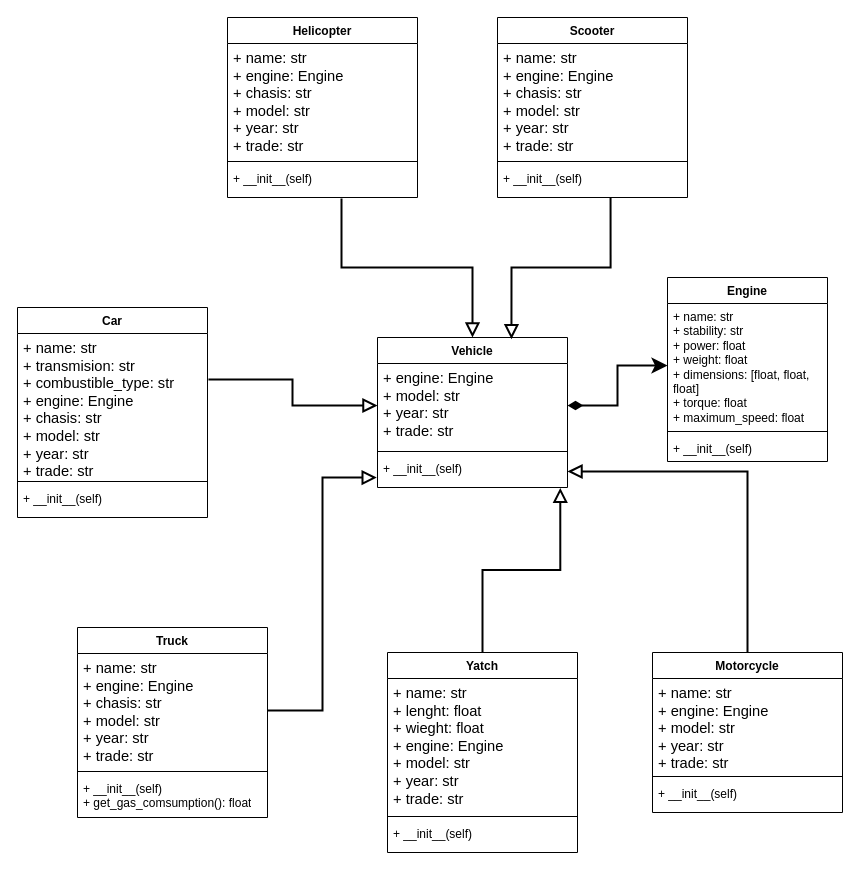
This is Software Design/Workshops/Workshop 2/SD-WorkShop2.drawio from YoshiK13/UD_Classes, a draw.io file, before an edit. Source tidied: cells renumbered, new cells numbered last; positions are measured from the earlier drawing's top-left corner, leaving out a move shared by most shapes. Both pictures are drawn from the tidied source at 100%, with x=0, y=0 at pixel (17, 17).
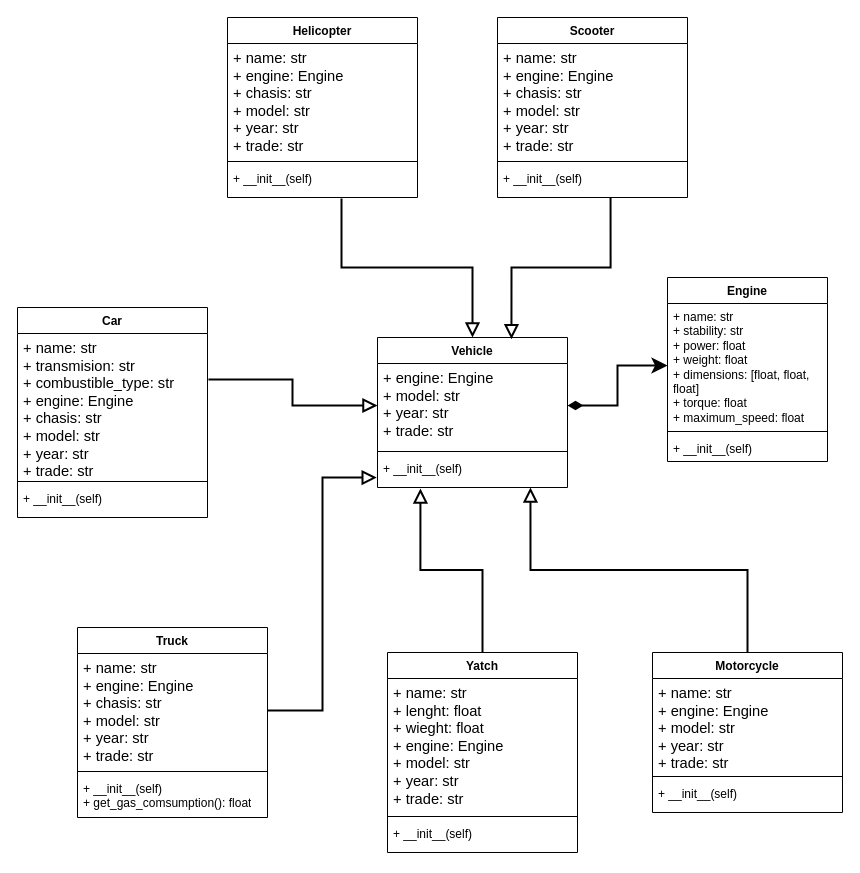
Above is the later version.

Unchanged cells that the change refers to:
```xml
<mxCell id="9" value="+ __init__(self)&lt;div&gt;&lt;br&gt;&lt;/div&gt;&lt;p class=&quot;MsoNormal&quot;&gt;&lt;span lang=&quot;ES-CO&quot;&gt;&lt;/span&gt;&lt;/p&gt;" style="text;strokeColor=none;fillColor=none;align=left;verticalAlign=top;spacingLeft=4;spacingRight=4;overflow=hidden;points=[[0,0.5],[1,0.5]];portConstraint=eastwest;whiteSpace=wrap;html=1;" parent="6" vertex="1">
  <mxGeometry y="118" width="190" height="32" as="geometry" />
</mxCell>
<mxCell id="13" value="Motorcycle" style="swimlane;fontStyle=1;align=center;verticalAlign=top;horizontal=1;startSize=26;whiteSpace=wrap;html=1;direction=east;" parent="1" vertex="1">
  <mxGeometry x="635" y="635" width="190" height="160" as="geometry" />
</mxCell>
<mxCell id="17" value="Yatch" style="swimlane;fontStyle=1;align=center;verticalAlign=top;horizontal=1;startSize=26;whiteSpace=wrap;html=1;direction=east;" parent="1" vertex="1">
  <mxGeometry x="370" y="635" width="190" height="200" as="geometry" />
</mxCell>
```

What changed in the source:
```diff
@@
-    <mxCell id="12" style="edgeStyle=orthogonalEdgeStyle;rounded=0;jettySize=auto;html=1;exitX=0.5;exitY=0;exitDx=0;exitDy=0;entryX=1;entryY=0.5;entryDx=0;entryDy=0;strokeWidth=2;endArrow=block;endFill=0;endSize=10;startSize=10;" parent="1" edge="1" source="13" target="9">
+    <mxCell id="12" style="edgeStyle=orthogonalEdgeStyle;rounded=0;jettySize=auto;html=1;exitX=0.5;exitY=0;exitDx=0;exitDy=0;entryX=0.805;entryY=1;entryDx=0;entryDy=0;strokeWidth=2;endArrow=block;endFill=0;endSize=10;startSize=10;entryPerimeter=0;" parent="1" edge="1" source="13" target="9">
       <mxGeometry relative="1" as="geometry" />
     </mxCell>
@@
-    <mxCell id="29" style="edgeStyle=orthogonalEdgeStyle;rounded=0;jettySize=auto;html=1;exitX=0.5;exitY=0;exitDx=0;exitDy=0;entryX=0.962;entryY=1.012;entryDx=0;entryDy=0;entryPerimeter=0;strokeWidth=2;endArrow=block;endFill=0;endSize=10;startSize=10;" parent="1" edge="1" source="17" target="9">
+    <mxCell id="29" style="edgeStyle=orthogonalEdgeStyle;rounded=0;jettySize=auto;html=1;exitX=0.5;exitY=0;exitDx=0;exitDy=0;entryX=0.226;entryY=1.031;entryDx=0;entryDy=0;entryPerimeter=0;strokeWidth=2;endArrow=block;endFill=0;endSize=10;startSize=10;" parent="1" edge="1" source="17" target="9">
       <mxGeometry relative="1" as="geometry" />
     </mxCell>
```
